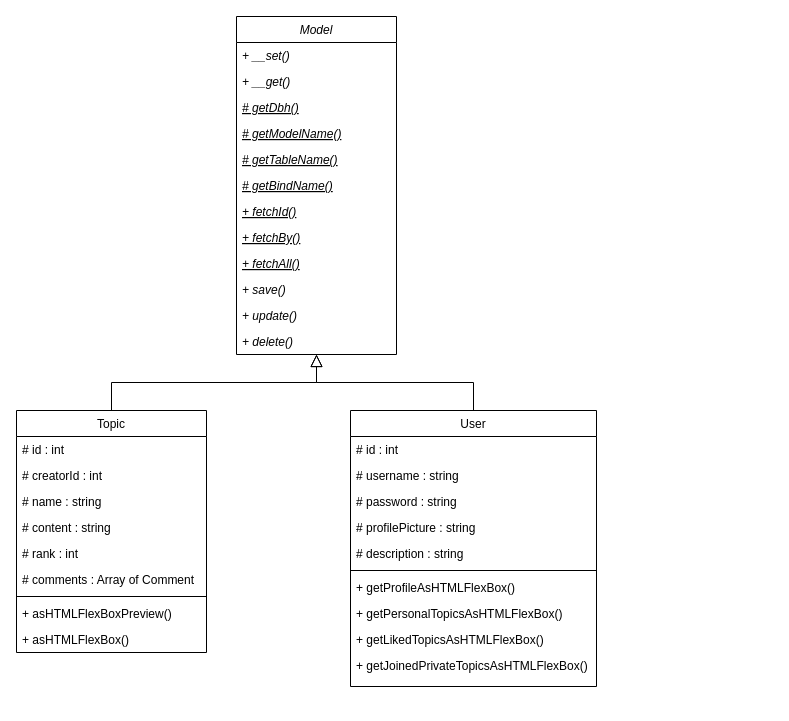
This is doc/diagrammes de classe/models.drawio from ThePension/AWb-g3-ForMax, a draw.io file, before an edit. Source tidied: cells renumbered, new cells numbered last; positions are measured from the earlier drawing's top-left corner, leaving out a move shared by most shapes. Both pictures are drawn from the tidied source at 100%, with x=0, y=0 at pixel (16, 16).
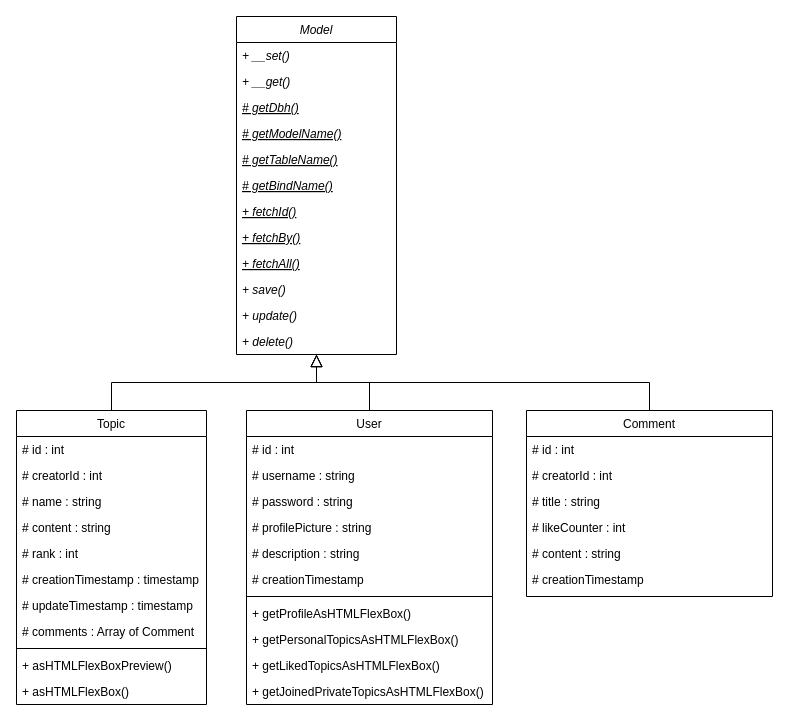
Above is the later version.

Commit message (it also covers changes not shown here):
Updating models class diagram

The change refers to these unchanged cells:
```xml
<mxCell id="14" value="+ delete()" style="text;align=left;verticalAlign=top;spacingLeft=4;spacingRight=4;overflow=hidden;points=[[0,0.5],[1,0.5]];portConstraint=eastwest;fontStyle=2;" parent="2" vertex="1">
  <mxGeometry y="312" width="160" height="26" as="geometry" />
</mxCell>
```

The edit, as a diff of the source:
```diff
@@
     <mxCell id="15" value="Topic" style="swimlane;fontStyle=0;align=center;verticalAlign=top;horizontal=1;startSize=26;rounded=0;shadow=0;strokeWidth=1;" parent="1" vertex="1">
-      <mxGeometry y="394" width="190" height="242" as="geometry" />
+      <mxGeometry y="394" width="190" height="294" as="geometry" />
     </mxCell>
@@
+    <mxCell id="38" value="# creationTimestamp : timestamp" style="text;align=left;verticalAlign=top;spacingLeft=4;spacingRight=4;overflow=hidden;" parent="15" vertex="1">
+      <mxGeometry y="156" width="190" height="26" as="geometry" />
+    </mxCell>
+    <mxCell id="39" value="# updateTimestamp : timestamp" style="text;align=left;verticalAlign=top;spacingLeft=4;spacingRight=4;overflow=hidden;" parent="15" vertex="1">
+      <mxGeometry y="182" width="190" height="26" as="geometry" />
+    </mxCell>
     <mxCell id="21" value="# comments : Array of Comment" style="text;align=left;verticalAlign=top;spacingLeft=4;spacingRight=4;overflow=hidden;" parent="15" vertex="1">
-      <mxGeometry y="156" width="190" height="26" as="geometry" />
+      <mxGeometry y="208" width="190" height="26" as="geometry" />
     </mxCell>
     <mxCell id="22" style="line;html=1;strokeWidth=1;align=left;verticalAlign=middle;spacingTop=-1;spacingLeft=3;spacingRight=3;labelPosition=right;" parent="15" vertex="1">
-      <mxGeometry y="182" width="190" height="8" as="geometry" />
+      <mxGeometry y="234" width="190" height="8" as="geometry" />
     </mxCell>
     <mxCell id="23" value="+ asHTMLFlexBoxPreview()" style="text;align=left;verticalAlign=top;spacingLeft=4;spacingRight=4;overflow=hidden;" parent="15" vertex="1">
-      <mxGeometry y="190" width="190" height="26" as="geometry" />
+      <mxGeometry y="242" width="190" height="26" as="geometry" />
     </mxCell>
     <mxCell id="24" value="+ asHTMLFlexBox()" style="text;align=left;verticalAlign=top;spacingLeft=4;spacingRight=4;overflow=hidden;" parent="15" vertex="1">
-      <mxGeometry y="216" width="190" height="26" as="geometry" />
+      <mxGeometry y="268" width="190" height="26" as="geometry" />
     </mxCell>
@@
     <mxCell id="26" value="User" style="swimlane;fontStyle=0;align=center;verticalAlign=top;horizontal=1;startSize=26;rounded=0;shadow=0;strokeWidth=1;" parent="1" vertex="1">
-      <mxGeometry x="334" y="394" width="246" height="276" as="geometry" />
+      <mxGeometry x="230" y="394" width="246" height="294" as="geometry" />
     </mxCell>
@@
+    <mxCell id="40" value="# description : string" style="text;align=left;verticalAlign=top;spacingLeft=4;spacingRight=4;overflow=hidden;" parent="26" vertex="1">
+      <mxGeometry y="130" width="246" height="26" as="geometry" />
+    </mxCell>
-    <mxCell id="31" value="# description : string" style="text;align=left;verticalAlign=top;spacingLeft=4;spacingRight=4;overflow=hidden;" parent="26" vertex="1">
-      <mxGeometry y="130" width="246" height="26" as="geometry" />
+    <mxCell id="31" value="# creationTimestamp" style="text;align=left;verticalAlign=top;spacingLeft=4;spacingRight=4;overflow=hidden;" parent="26" vertex="1">
+      <mxGeometry y="156" width="246" height="26" as="geometry" />
     </mxCell>
     <mxCell id="32" style="line;html=1;strokeWidth=1;align=left;verticalAlign=middle;spacingTop=-1;spacingLeft=3;spacingRight=3;labelPosition=right;" parent="26" vertex="1">
-      <mxGeometry y="156" width="246" height="8" as="geometry" />
+      <mxGeometry y="182" width="246" height="8" as="geometry" />
     </mxCell>
     <mxCell id="33" value="+ getProfileAsHTMLFlexBox()" style="text;align=left;verticalAlign=top;spacingLeft=4;spacingRight=4;overflow=hidden;" parent="26" vertex="1">
-      <mxGeometry y="164" width="246" height="26" as="geometry" />
+      <mxGeometry y="190" width="246" height="26" as="geometry" />
     </mxCell>
     <mxCell id="34" value="+ getPersonalTopicsAsHTMLFlexBox()" style="text;align=left;verticalAlign=top;spacingLeft=4;spacingRight=4;overflow=hidden;" parent="26" vertex="1">
-      <mxGeometry y="190" width="246" height="26" as="geometry" />
+      <mxGeometry y="216" width="246" height="26" as="geometry" />
     </mxCell>
     <mxCell id="35" value="+ getLikedTopicsAsHTMLFlexBox()" style="text;align=left;verticalAlign=top;spacingLeft=4;spacingRight=4;overflow=hidden;" parent="26" vertex="1">
-      <mxGeometry y="216" width="246" height="26" as="geometry" />
+      <mxGeometry y="242" width="246" height="26" as="geometry" />
     </mxCell>
     <mxCell id="36" value="+ getJoinedPrivateTopicsAsHTMLFlexBox()" style="text;align=left;verticalAlign=top;spacingLeft=4;spacingRight=4;overflow=hidden;" parent="26" vertex="1">
-      <mxGeometry y="242" width="246" height="26" as="geometry" />
+      <mxGeometry y="268" width="246" height="26" as="geometry" />
     </mxCell>
@@
+    <mxCell id="41" value="Comment" style="swimlane;fontStyle=0;align=center;verticalAlign=top;horizontal=1;startSize=26;rounded=0;shadow=0;strokeWidth=1;" parent="1" vertex="1">
+      <mxGeometry x="510" y="394" width="246" height="186" as="geometry" />
+    </mxCell>
+    <mxCell id="42" value="# id : int" style="text;align=left;verticalAlign=top;spacingLeft=4;spacingRight=4;overflow=hidden;" parent="41" vertex="1">
+      <mxGeometry y="26" width="246" height="26" as="geometry" />
+    </mxCell>
+    <mxCell id="43" value="# creatorId : int" style="text;align=left;verticalAlign=top;spacingLeft=4;spacingRight=4;overflow=hidden;" parent="41" vertex="1">
+      <mxGeometry y="52" width="246" height="26" as="geometry" />
+    </mxCell>
+    <mxCell id="44" value="# title : string" style="text;align=left;verticalAlign=top;spacingLeft=4;spacingRight=4;overflow=hidden;" parent="41" vertex="1">
+      <mxGeometry y="78" width="246" height="26" as="geometry" />
+    </mxCell>
+    <mxCell id="45" value="# likeCounter : int" style="text;align=left;verticalAlign=top;spacingLeft=4;spacingRight=4;overflow=hidden;" parent="41" vertex="1">
+      <mxGeometry y="104" width="246" height="26" as="geometry" />
+    </mxCell>
+    <mxCell id="46" value="# content : string" style="text;align=left;verticalAlign=top;spacingLeft=4;spacingRight=4;overflow=hidden;" parent="41" vertex="1">
+      <mxGeometry y="130" width="246" height="26" as="geometry" />
+    </mxCell>
+    <mxCell id="47" value="# creationTimestamp" style="text;align=left;verticalAlign=top;spacingLeft=4;spacingRight=4;overflow=hidden;" parent="41" vertex="1">
+      <mxGeometry y="156" width="246" height="26" as="geometry" />
+    </mxCell>
+    <mxCell id="48" style="endArrow=block;endSize=10;endFill=0;shadow=0;strokeWidth=1;rounded=0;edgeStyle=elbowEdgeStyle;elbow=vertical;entryX=0.5;entryY=1.007;entryDx=0;entryDy=0;entryPerimeter=0;" parent="1" edge="1" source="41" target="14">
+      <mxGeometry relative="1" as="geometry" />
+    </mxCell>
```
